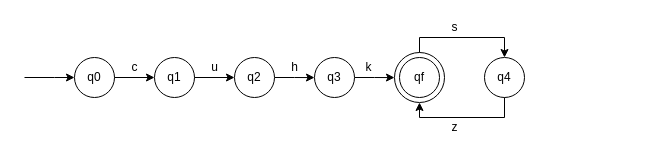
The draw.io diagram fig1.drawio in 1067147135/draw, before the edit. Source tidied: cells renumbered, new cells numbered last; positions are measured from the earlier drawing's top-left corner, leaving out a move shared by most shapes. Both pictures are drawn from the tidied source at 100%, with x=0, y=0 at pixel (24, 17).
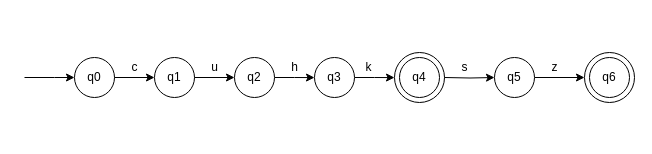
The same diagram, later.

The change refers to these unchanged cells:
```xml
<mxCell id="15" style="ellipse;whiteSpace=wrap;html=1;" parent="1" vertex="1">
  <mxGeometry x="370" y="35" width="50" height="50" as="geometry" />
</mxCell>
```

The edit, as a diff of the source:
```diff
@@
+    <mxCell id="22" style="edgeStyle=orthogonalEdgeStyle;rounded=0;jettySize=auto;html=1;entryX=0;entryY=0.5;entryDx=0;entryDy=0;" parent="1" edge="1" target="17">
+      <mxGeometry relative="1" as="geometry">
+        <mxPoint x="420" y="60" as="sourcePoint" />
+      </mxGeometry>
+    </mxCell>
-    <mxCell id="16" value="qf" style="ellipse;whiteSpace=wrap;html=1;" parent="1" vertex="1">
+    <mxCell id="16" value="q4" style="ellipse;whiteSpace=wrap;html=1;" parent="1" vertex="1">
       <mxGeometry x="375" y="40" width="40" height="40" as="geometry" />
     </mxCell>
+    <mxCell id="23" style="edgeStyle=orthogonalEdgeStyle;rounded=0;jettySize=auto;html=1;exitX=1;exitY=0.5;exitDx=0;exitDy=0;entryX=0;entryY=0.5;entryDx=0;entryDy=0;" parent="1" edge="1" source="17" target="24">
+      <mxGeometry relative="1" as="geometry" />
+    </mxCell>
-    <mxCell id="17" value="q4" style="ellipse;whiteSpace=wrap;html=1;" parent="1" vertex="1">
-      <mxGeometry x="460" y="40" width="40" height="40" as="geometry" />
+    <mxCell id="17" value="q5" style="ellipse;whiteSpace=wrap;html=1;" parent="1" vertex="1">
+      <mxGeometry x="470" y="40" width="40" height="40" as="geometry" />
     </mxCell>
-    <mxCell id="18" style="endArrow=classic;html=1;rounded=0;exitX=0.5;exitY=0;exitDx=0;exitDy=0;entryX=0.5;entryY=0;entryDx=0;entryDy=0;" parent="1" edge="1" source="15" target="17">
-      <mxGeometry relative="1" as="geometry">
-        <Array as="points">
-          <mxPoint x="395" y="20" />
-          <mxPoint x="480" y="20" />
-        </Array>
-      </mxGeometry>
-    </mxCell>
-    <mxCell id="19" style="endArrow=classic;html=1;rounded=0;exitX=0.5;exitY=1;exitDx=0;exitDy=0;entryX=0.5;entryY=1;entryDx=0;entryDy=0;" parent="1" edge="1" source="17" target="15">
-      <mxGeometry relative="1" as="geometry">
-        <Array as="points">
-          <mxPoint x="480" y="100" />
-          <mxPoint x="395" y="100" />
-        </Array>
-      </mxGeometry>
-    </mxCell>
     <mxCell id="20" value="s" style="text;html=1;align=center;verticalAlign=middle;strokeColor=none;fillColor=none;" parent="1" vertex="1">
-      <mxGeometry x="420" width="20" height="20" as="geometry" />
+      <mxGeometry x="430" y="40" width="20" height="20" as="geometry" />
     </mxCell>
     <mxCell id="21" value="z" style="text;html=1;align=center;verticalAlign=middle;strokeColor=none;fillColor=none;" parent="1" vertex="1">
-      <mxGeometry x="420" y="100" width="20" height="20" as="geometry" />
+      <mxGeometry x="520" y="40" width="20" height="20" as="geometry" />
     </mxCell>
+    <mxCell id="24" style="ellipse;whiteSpace=wrap;html=1;" parent="1" vertex="1">
+      <mxGeometry x="560" y="35" width="50" height="50" as="geometry" />
+    </mxCell>
+    <mxCell id="25" value="q6" style="ellipse;whiteSpace=wrap;html=1;" parent="1" vertex="1">
+      <mxGeometry x="565" y="40" width="40" height="40" as="geometry" />
+    </mxCell>
```
